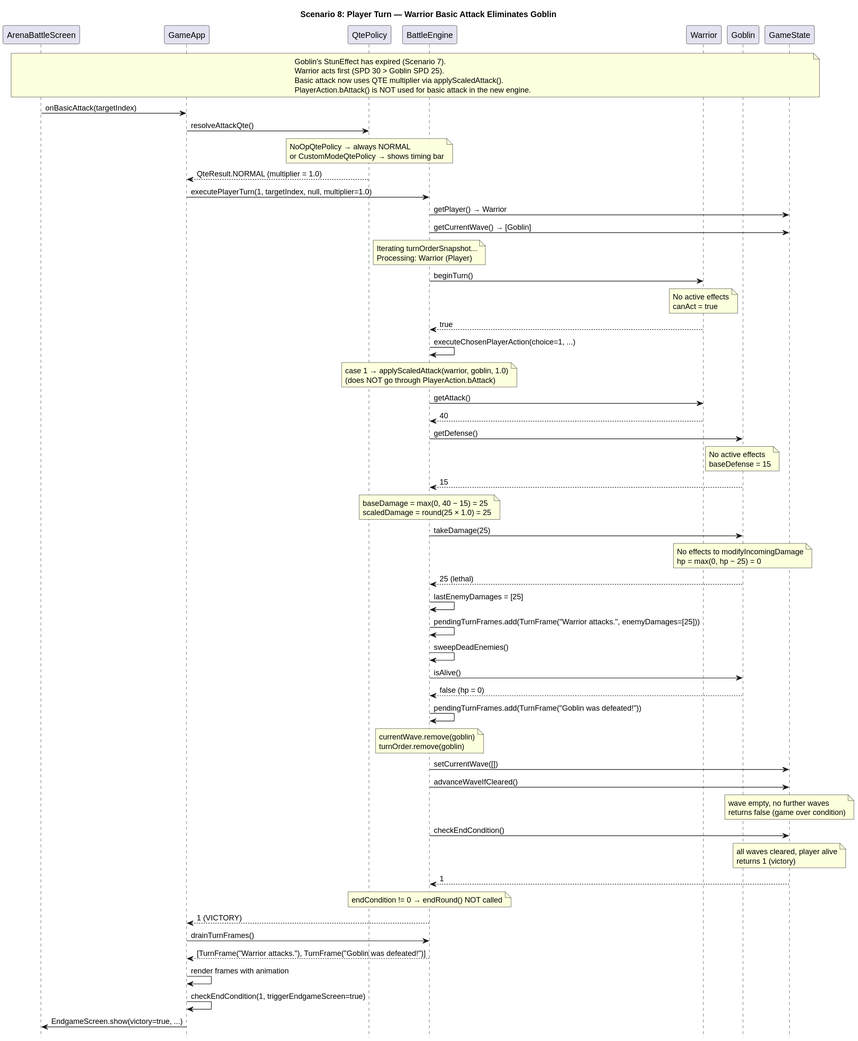
YongzhangLiu/sc2002-combat-arena keeps this PlantUML diagram as newdiag/sequence/Sequence_8.svg. Above is the earlier version.
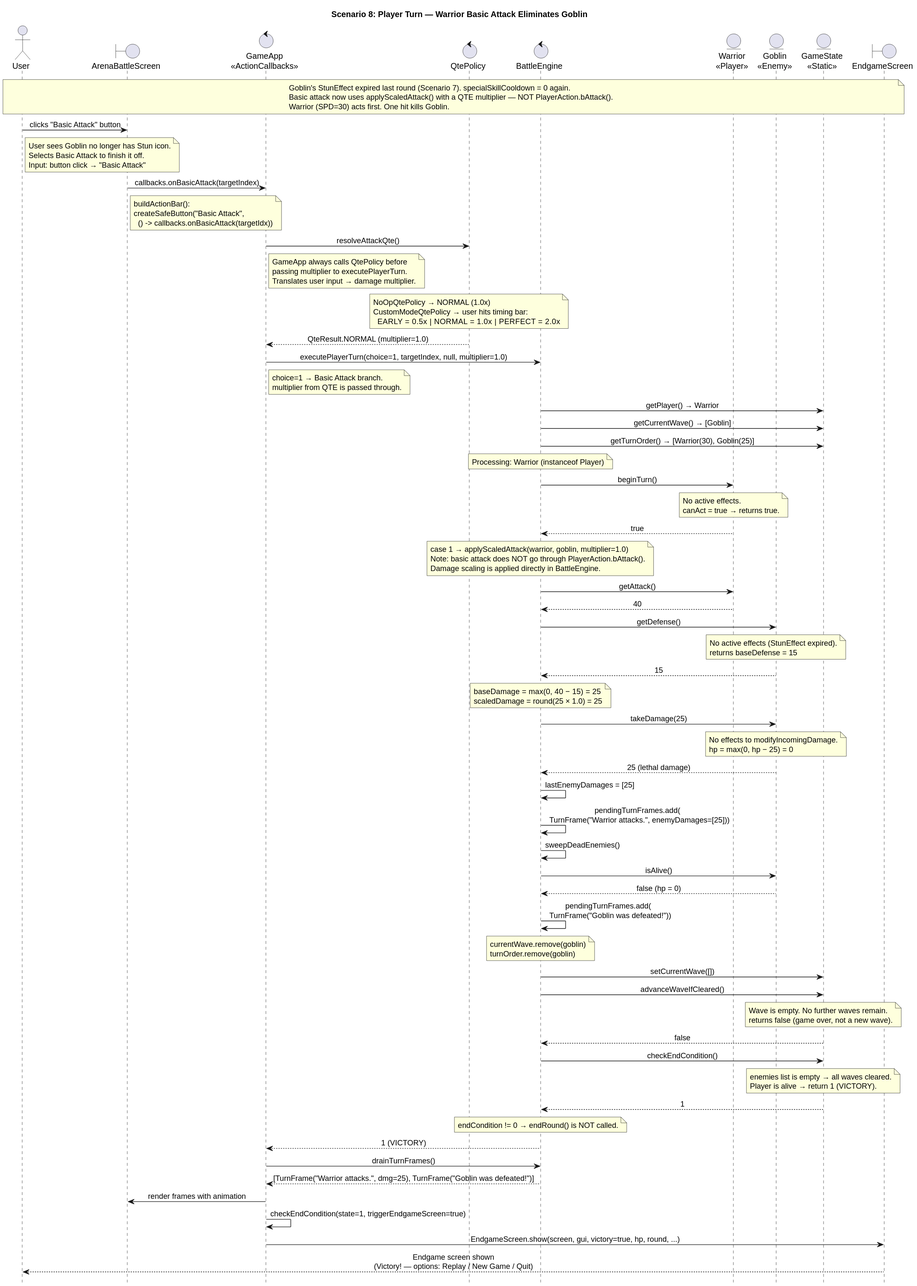
After the commit.

Change to the diagram source:
```diff
@@ -2,72 +2,132 @@
 hide footbox
 title Scenario 8: Player Turn — Warrior Basic Attack Eliminates Goblin
 
-participant "ArenaBattleScreen" as Screen
-participant "GameApp" as App
-participant "QtePolicy" as QTE
-participant "BattleEngine" as Engine
-participant "Warrior" as Warrior
-participant "Goblin" as Goblin
-participant "GameState" as State
+skinparam sequenceMessageAlign center
+skinparam responseMessageBelowArrow true
 
-note over Screen, State
-  Goblin's StunEffect has expired (Scenario 7).
-  Warrior acts first (SPD 30 > Goblin SPD 25).
-  Basic attack now uses QTE multiplier via applyScaledAttack().
-  PlayerAction.bAttack() is NOT used for basic attack in the new engine.
+actor       "User"                         as User
+boundary    "ArenaBattleScreen"            as Screen
+control     "GameApp\n<<ActionCallbacks>>" as App
+control     "QtePolicy"                    as QTE
+control     "BattleEngine"                 as Engine
+entity      "Warrior\n<<Player>>"          as Warrior
+entity      "Goblin\n<<Enemy>>"            as Goblin
+entity      "GameState\n<<Static>>"        as State
+boundary    "EndgameScreen"                as Endgame
+
+note over User, Endgame
+  Goblin's StunEffect expired last round (Scenario 7). specialSkillCooldown = 0 again.
+  Basic attack now uses applyScaledAttack() with a QTE multiplier — NOT PlayerAction.bAttack().
+  Warrior (SPD=30) acts first. One hit kills Goblin.
 end note
 
-Screen -> App : onBasicAttack(targetIndex)
+User -> Screen : clicks "Basic Attack" button
+note right of User
+  User sees Goblin no longer has Stun icon.
+  Selects Basic Attack to finish it off.
+  Input: button click → "Basic Attack"
+end note
+
+Screen -> App : callbacks.onBasicAttack(targetIndex)
+note right of Screen
+  buildActionBar():
+  createSafeButton("Basic Attack",
+    () -> callbacks.onBasicAttack(targetIdx))
+end note
+
 App -> QTE : resolveAttackQte()
-note over QTE : NoOpQtePolicy → always NORMAL\nor CustomModeQtePolicy → shows timing bar
-QTE --> App : QteResult.NORMAL (multiplier = 1.0)
+note right of App
+  GameApp always calls QtePolicy before
+  passing multiplier to executePlayerTurn.
+  Translates user input → damage multiplier.
+end note
+note over QTE
+  NoOpQtePolicy → NORMAL (1.0x)
+  CustomModeQtePolicy → user hits timing bar:
+    EARLY = 0.5x  |  NORMAL = 1.0x  |  PERFECT = 2.0x
+end note
+QTE --> App : QteResult.NORMAL (multiplier=1.0)
 
-App -> Engine : executePlayerTurn(1, targetIndex, null, multiplier=1.0)
+App -> Engine : executePlayerTurn(choice=1, targetIndex, null, multiplier=1.0)
+note right of App
+  choice=1 → Basic Attack branch.
+  multiplier from QTE is passed through.
+end note
+
 Engine -> State : getPlayer() → Warrior
 Engine -> State : getCurrentWave() → [Goblin]
+Engine -> State : getTurnOrder() → [Warrior(30), Goblin(25)]
 
-note over Engine : Iterating turnOrderSnapshot...\nProcessing: Warrior (Player)
+note over Engine : Processing: Warrior (instanceof Player)
 
 Engine -> Warrior : beginTurn()
-note over Warrior : No active effects\ncanAct = true
+note over Warrior
+  No active effects.
+  canAct = true → returns true.
+end note
 Warrior --> Engine : true
 
-Engine -> Engine : executeChosenPlayerAction(choice=1, ...)
-note over Engine : case 1 → applyScaledAttack(warrior, goblin, 1.0)\n(does NOT go through PlayerAction.bAttack)
+note over Engine
+  case 1 → applyScaledAttack(warrior, goblin, multiplier=1.0)
+  Note: basic attack does NOT go through PlayerAction.bAttack().
+  Damage scaling is applied directly in BattleEngine.
+end note
 
 Engine -> Warrior : getAttack()
 Warrior --> Engine : 40
 Engine -> Goblin : getDefense()
-note over Goblin : No active effects\nbaseDefense = 15
+note over Goblin
+  No active effects (StunEffect expired).
+  returns baseDefense = 15
+end note
 Goblin --> Engine : 15
-note over Engine : baseDamage = max(0, 40 − 15) = 25\nscaledDamage = round(25 × 1.0) = 25
+
+note over Engine
+  baseDamage  = max(0, 40 − 15) = 25
+  scaledDamage = round(25 × 1.0) = 25
+end note
 
 Engine -> Goblin : takeDamage(25)
-note over Goblin : No effects to modifyIncomingDamage\nhp = max(0, hp − 25) = 0
-Goblin --> Engine : 25 (lethal)
+note over Goblin
+  No effects to modifyIncomingDamage.
+  hp = max(0, hp − 25) = 0
+end note
+Goblin --> Engine : 25 (lethal damage)
 
 Engine -> Engine : lastEnemyDamages = [25]
-Engine -> Engine : pendingTurnFrames.add(TurnFrame("Warrior attacks.", enemyDamages=[25]))
+Engine -> Engine : pendingTurnFrames.add(\n  TurnFrame("Warrior attacks.", enemyDamages=[25]))
+
 Engine -> Engine : sweepDeadEnemies()
-
 Engine -> Goblin : isAlive()
 Goblin --> Engine : false (hp = 0)
-Engine -> Engine : pendingTurnFrames.add(TurnFrame("Goblin was defeated!"))
-note over Engine : currentWave.remove(goblin)\nturnOrder.remove(goblin)
+Engine -> Engine : pendingTurnFrames.add(\n  TurnFrame("Goblin was defeated!"))
+note over Engine
+  currentWave.remove(goblin)
+  turnOrder.remove(goblin)
+end note
 Engine -> State : setCurrentWave([])
 Engine -> State : advanceWaveIfCleared()
-note over State : wave empty, no further waves\nreturns false (game over condition)
+note over State
+  Wave is empty. No further waves remain.
+  returns false (game over, not a new wave).
+end note
+State --> Engine : false
 
 Engine -> State : checkEndCondition()
-note over State : all waves cleared, player alive\nreturns 1 (victory)
+note over State
+  enemies list is empty → all waves cleared.
+  Player is alive → return 1 (VICTORY).
+end note
 State --> Engine : 1
 
-note over Engine : endCondition != 0 → endRound() NOT called
+note over Engine : endCondition != 0 → endRound() is NOT called.
 Engine --> App : 1 (VICTORY)
 
 App -> Engine : drainTurnFrames()
-Engine --> App : [TurnFrame("Warrior attacks."), TurnFrame("Goblin was defeated!")]
-App -> App : render frames with animation
-App -> App : checkEndCondition(1, triggerEndgameScreen=true)
-App -> Screen : EndgameScreen.show(victory=true, ...)
+Engine --> App : [TurnFrame("Warrior attacks.", dmg=25), TurnFrame("Goblin was defeated!")]
+
+App -> Screen : render frames with animation
+App -> App : checkEndCondition(state=1, triggerEndgameScreen=true)
+App -> Endgame : EndgameScreen.show(screen, gui, victory=true, hp, round, ...)
+Endgame --> User : Endgame screen shown\n(Victory! — options: Replay / New Game / Quit)
 @enduml
```
